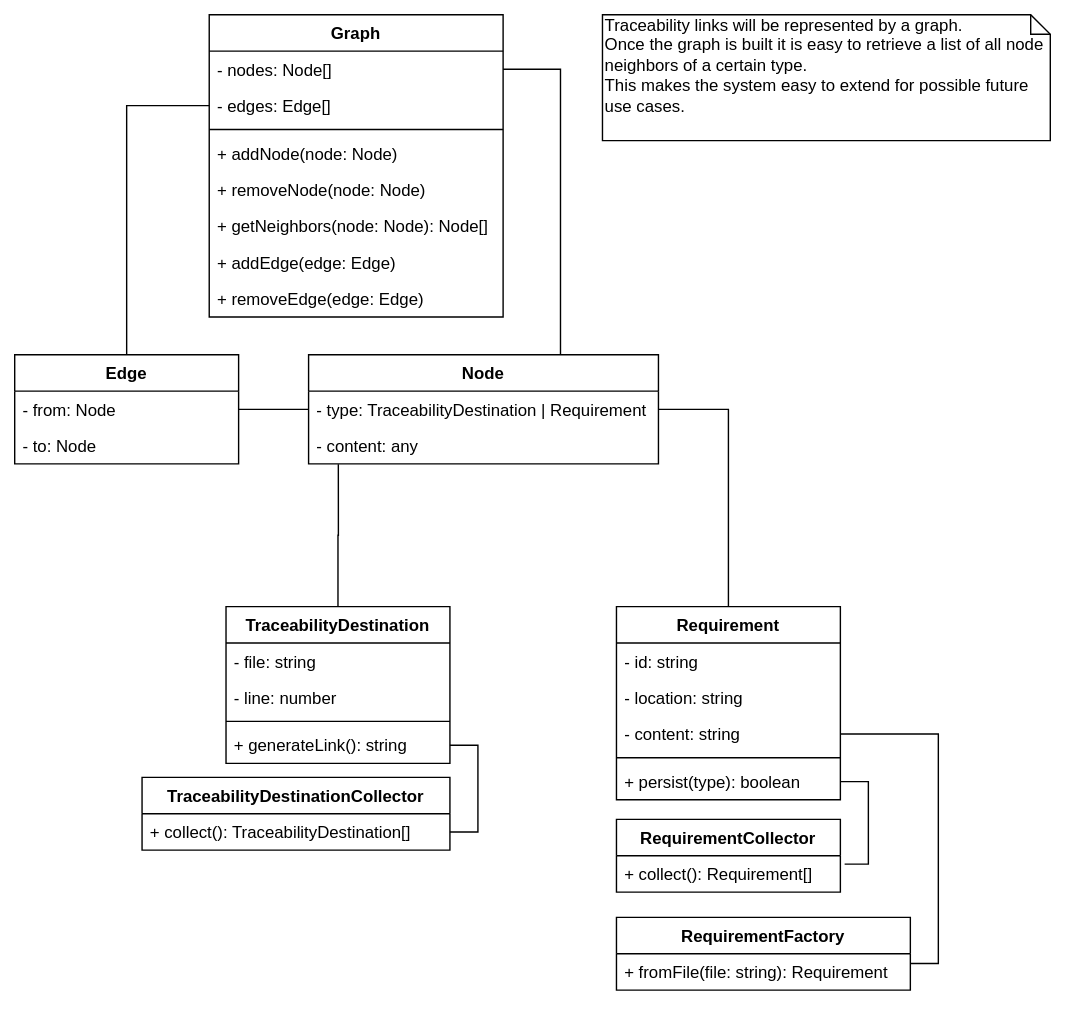
The draw.io diagram pre-project-documentation/class.svg in konstantin-hatvan/traceability-tool, before a commit. Source tidied: cells renumbered, new cells last; positions are measured from the earlier drawing's top-left corner, leaving out a move shared by most shapes.
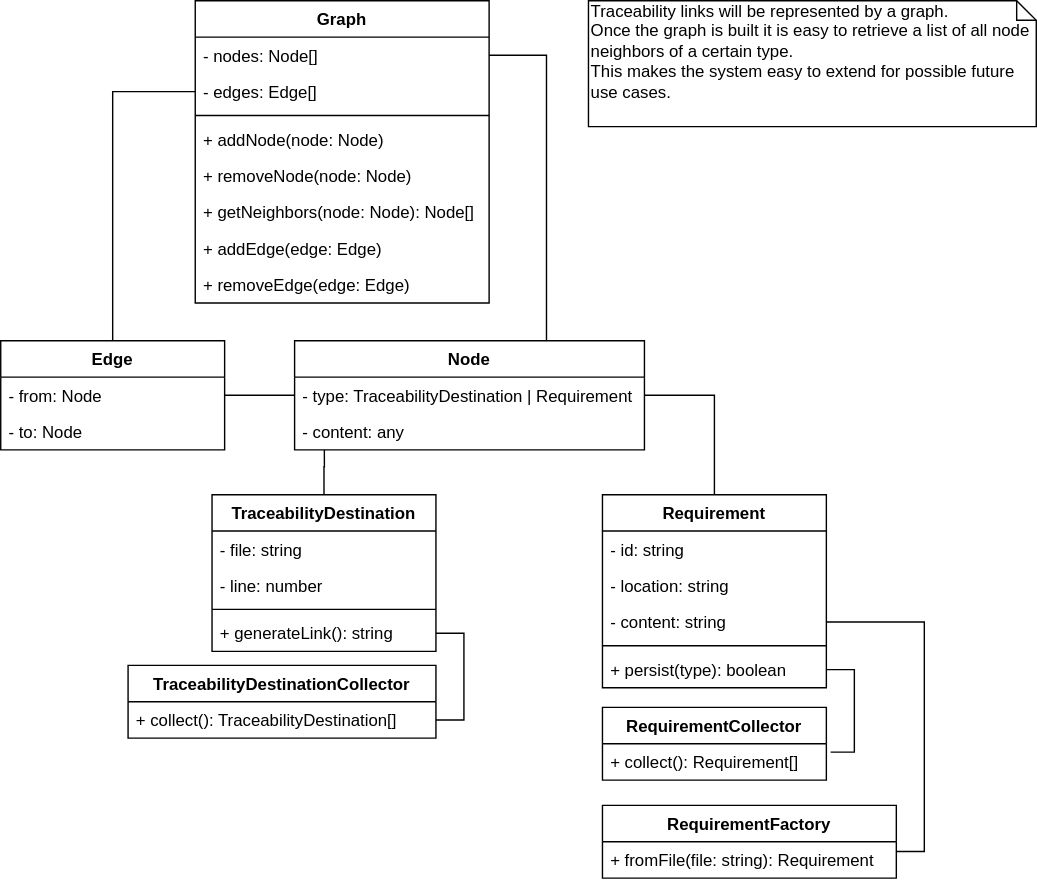
The same file after the commit.

The edit, as a diff of the source:
```diff
@@ -57,7 +57,7 @@
     <mxCell id="18" style="edgeStyle=orthogonalEdgeStyle;rounded=0;jettySize=auto;html=1;exitX=1;exitY=0.5;exitDx=0;exitDy=0;entryX=1;entryY=0.269;entryDx=0;entryDy=0;entryPerimeter=0;endArrow=none;endFill=0;" parent="1" edge="1" source="36" target="42">
       <mxGeometry relative="1" as="geometry" />
     </mxCell>
-    <mxCell id="19" style="edgeStyle=orthogonalEdgeStyle;rounded=0;jettySize=auto;html=1;exitX=1;exitY=0.5;exitDx=0;exitDy=0;entryX=1;entryY=0.5;entryDx=0;entryDy=0;endArrow=none;endFill=0;" parent="1" edge="1" source="29" target="31">
+    <mxCell id="19" style="edgeStyle=orthogonalEdgeStyle;rounded=0;jettySize=auto;html=1;exitX=1;exitY=0.5;exitDx=0;exitDy=0;entryX=1;entryY=0.5;entryDx=0;entryDy=0;endArrow=none;endFill=0;" parent="1" edge="1" source="30" target="32">
       <mxGeometry relative="1" as="geometry" />
     </mxCell>
     <mxCell id="20" style="edgeStyle=orthogonalEdgeStyle;rounded=0;jettySize=auto;html=1;entryX=0;entryY=0.5;entryDx=0;entryDy=0;endArrow=none;endFill=0;" parent="1" edge="1" source="21" target="15">
@@ -72,35 +72,35 @@
     <mxCell id="23" value="- to: Node" style="text;strokeColor=none;fillColor=none;align=left;verticalAlign=top;spacingLeft=4;spacingRight=4;overflow=hidden;" parent="21" vertex="1">
       <mxGeometry y="52" width="160" height="26" as="geometry" />
     </mxCell>
-    <mxCell id="24" style="edgeStyle=orthogonalEdgeStyle;rounded=0;jettySize=auto;html=1;startArrow=none;startFill=0;endArrow=none;endFill=0;entryX=0.085;entryY=1.006;entryDx=0;entryDy=0;entryPerimeter=0;" parent="1" edge="1" source="25" target="16">
+    <mxCell id="24" style="edgeStyle=orthogonalEdgeStyle;rounded=0;jettySize=auto;html=1;startArrow=none;startFill=0;endArrow=none;endFill=0;entryX=0.085;entryY=1.006;entryDx=0;entryDy=0;entryPerimeter=0;" parent="1" edge="1" source="26" target="16">
       <mxGeometry relative="1" as="geometry" />
     </mxCell>
-    <mxCell id="25" value="TraceabilityDestination" style="swimlane;fontStyle=1;align=center;verticalAlign=top;horizontal=1;startSize=26;" parent="1" vertex="1">
-      <mxGeometry x="151" y="423" width="160" height="112" as="geometry" />
+    <mxCell id="25" style="edgeStyle=orthogonalEdgeStyle;rounded=0;jettySize=auto;html=1;entryX=1;entryY=0.5;entryDx=0;entryDy=0;startArrow=none;startFill=0;endArrow=none;endFill=0;" parent="1" edge="1" source="33" target="15">
+      <mxGeometry relative="1" as="geometry" />
     </mxCell>
-    <mxCell id="26" value="- file: string" style="text;strokeColor=none;fillColor=none;align=left;verticalAlign=top;spacingLeft=4;spacingRight=4;overflow=hidden;points=[[0,0.5],[1,0.5]];portConstraint=eastwest;" parent="25" vertex="1">
-      <mxGeometry y="26" width="160" height="26" as="geometry" />
+    <mxCell id="26" value="TraceabilityDestination" style="swimlane;fontStyle=1;align=center;verticalAlign=top;horizontal=1;startSize=26;" parent="1" vertex="1">
+      <mxGeometry x="151" y="353" width="160" height="112" as="geometry" />
     </mxCell>
-    <mxCell id="27" value="- line: number" style="text;strokeColor=none;fillColor=none;align=left;verticalAlign=top;spacingLeft=4;spacingRight=4;overflow=hidden;" parent="25" vertex="1">
-      <mxGeometry y="52" width="160" height="26" as="geometry" />
+    <mxCell id="27" value="- file: string" style="text;strokeColor=none;fillColor=none;align=left;verticalAlign=top;spacingLeft=4;spacingRight=4;overflow=hidden;" parent="26" vertex="1">
+      <mxGeometry y="26" width="160" height="26" as="geometry" />
     </mxCell>
-    <mxCell id="28" style="line;strokeWidth=1;fillColor=none;align=left;verticalAlign=middle;spacingTop=-1;spacingLeft=3;spacingRight=3;labelPosition=right;" parent="25" vertex="1">
-      <mxGeometry y="78" width="160" height="8" as="geometry" />
+    <mxCell id="28" value="- line: number" style="text;strokeColor=none;fillColor=none;align=left;verticalAlign=top;spacingLeft=4;spacingRight=4;overflow=hidden;" parent="26" vertex="1">
+      <mxGeometry y="52" width="160" height="26" as="geometry" />
     </mxCell>
-    <mxCell id="29" value="+ generateLink(): string" style="text;strokeColor=none;fillColor=none;align=left;verticalAlign=top;spacingLeft=4;spacingRight=4;overflow=hidden;points=[[0,0.5],[1,0.5]];portConstraint=eastwest;" parent="25" vertex="1">
-      <mxGeometry y="86" width="160" height="26" as="geometry" />
+    <mxCell id="29" style="line;strokeWidth=1;fillColor=none;align=left;verticalAlign=middle;spacingTop=-1;spacingLeft=3;spacingRight=3;labelPosition=right;points=[];portConstraint=eastwest;" parent="26" vertex="1">
+      <mxGeometry y="78" width="160" height="8" as="geometry" />
     </mxCell>
-    <mxCell id="30" value="TraceabilityDestinationCollector" style="swimlane;fontStyle=1;align=center;verticalAlign=top;horizontal=1;startSize=26;" parent="1" vertex="1">
-      <mxGeometry x="91" y="545" width="220" height="52" as="geometry" />
+    <mxCell id="30" value="+ generateLink(): string" style="text;strokeColor=none;fillColor=none;align=left;verticalAlign=top;spacingLeft=4;spacingRight=4;overflow=hidden;points=[[0,0.5],[1,0.5]];portConstraint=eastwest;" parent="26" vertex="1">
+      <mxGeometry y="86" width="160" height="26" as="geometry" />
     </mxCell>
-    <mxCell id="31" value="+ collect(): TraceabilityDestination[]" style="text;strokeColor=none;fillColor=none;align=left;verticalAlign=top;spacingLeft=4;spacingRight=4;overflow=hidden;points=[[0,0.5],[1,0.5]];portConstraint=eastwest;" parent="30" vertex="1">
-      <mxGeometry y="26" width="220" height="26" as="geometry" />
+    <mxCell id="31" value="TraceabilityDestinationCollector" style="swimlane;fontStyle=1;align=center;verticalAlign=top;horizontal=1;startSize=26;" parent="1" vertex="1">
+      <mxGeometry x="91" y="475" width="220" height="52" as="geometry" />
     </mxCell>
-    <mxCell id="32" style="edgeStyle=orthogonalEdgeStyle;rounded=0;jettySize=auto;html=1;entryX=1;entryY=0.5;entryDx=0;entryDy=0;startArrow=none;startFill=0;endArrow=none;endFill=0;" parent="1" edge="1" source="33" target="15">
-      <mxGeometry relative="1" as="geometry" />
+    <mxCell id="32" value="+ collect(): TraceabilityDestination[]" style="text;strokeColor=none;fillColor=none;align=left;verticalAlign=top;spacingLeft=4;spacingRight=4;overflow=hidden;points=[[0,0.5],[1,0.5]];portConstraint=eastwest;" parent="31" vertex="1">
+      <mxGeometry y="26" width="220" height="26" as="geometry" />
     </mxCell>
     <mxCell id="33" value="Requirement" style="swimlane;fontStyle=1;align=center;verticalAlign=top;horizontal=1;startSize=26;" parent="1" vertex="1">
-      <mxGeometry x="430" y="423" width="160" height="138" as="geometry" />
+      <mxGeometry x="430" y="353" width="160" height="138" as="geometry" />
     </mxCell>
     <mxCell id="34" value="- id: string" style="text;strokeColor=none;fillColor=none;align=left;verticalAlign=top;spacingLeft=4;spacingRight=4;overflow=hidden;" parent="33" vertex="1">
       <mxGeometry y="26" width="160" height="26" as="geometry" />
@@ -118,13 +118,13 @@
       <mxGeometry y="112" width="160" height="26" as="geometry" />
     </mxCell>
     <mxCell id="39" value="RequirementCollector" style="swimlane;fontStyle=1;align=center;verticalAlign=top;horizontal=1;startSize=26;" parent="1" vertex="1">
-      <mxGeometry x="430" y="575" width="160" height="52" as="geometry" />
+      <mxGeometry x="430" y="505" width="160" height="52" as="geometry" />
     </mxCell>
     <mxCell id="40" value="+ collect(): Requirement[]" style="text;strokeColor=none;fillColor=none;align=left;verticalAlign=top;spacingLeft=4;spacingRight=4;overflow=hidden;points=[[0,0.5],[1,0.5]];portConstraint=eastwest;" parent="39" vertex="1">
       <mxGeometry y="26" width="160" height="26" as="geometry" />
     </mxCell>
     <mxCell id="41" value="RequirementFactory" style="swimlane;fontStyle=1;align=center;verticalAlign=top;horizontal=1;startSize=26;" parent="1" vertex="1">
-      <mxGeometry x="430" y="645" width="210" height="52" as="geometry" />
+      <mxGeometry x="430" y="575" width="210" height="52" as="geometry" />
     </mxCell>
     <mxCell id="42" value="+ fromFile(file: string): Requirement" style="text;strokeColor=none;fillColor=none;align=left;verticalAlign=top;spacingLeft=4;spacingRight=4;overflow=hidden;points=[[0,0.5],[1,0.5]];portConstraint=eastwest;" parent="41" vertex="1">
       <mxGeometry y="26" width="210" height="26" as="geometry" />
```
